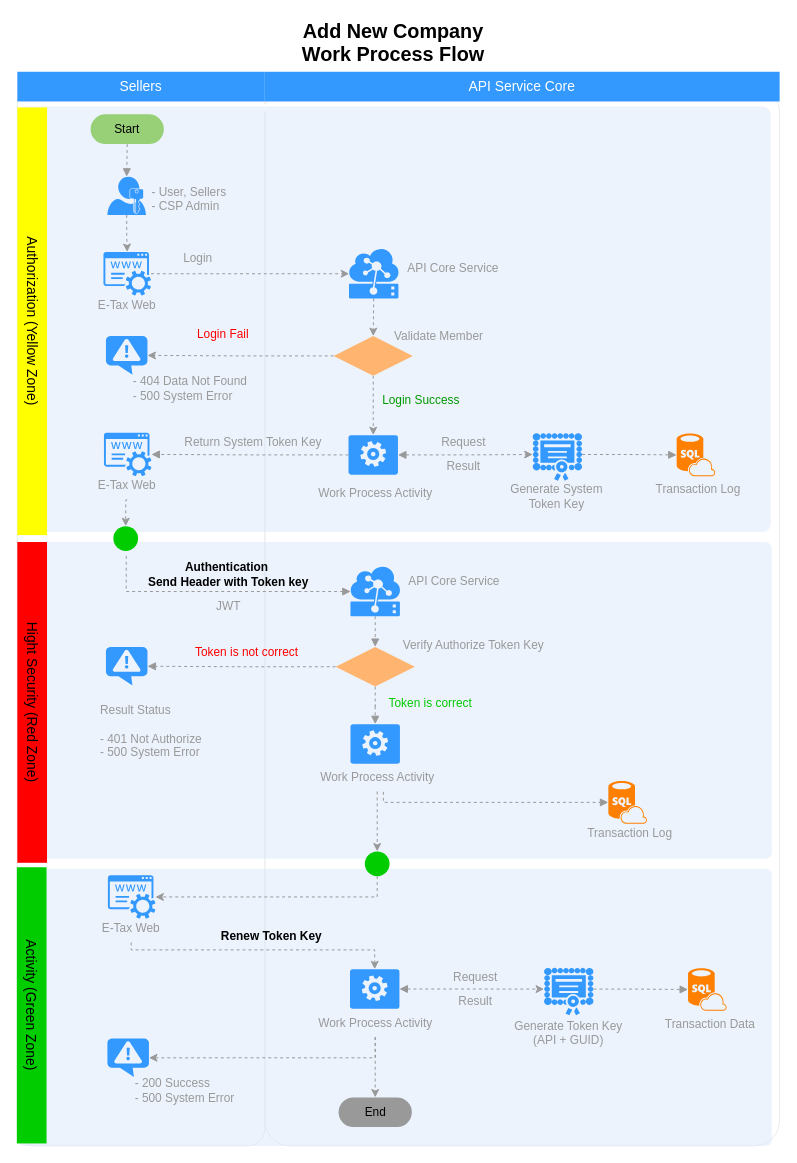
Earlier version of the draw.io diagram Add New Company in the corporate.drawio (nirawat/eTax). Source tidied: cells renumbered, new cells numbered last; positions are measured from the earlier drawing's top-left corner, leaving out a move shared by most shapes. Both pictures are drawn from the tidied source at 99%, with x=0, y=0 at pixel (-182, 17).
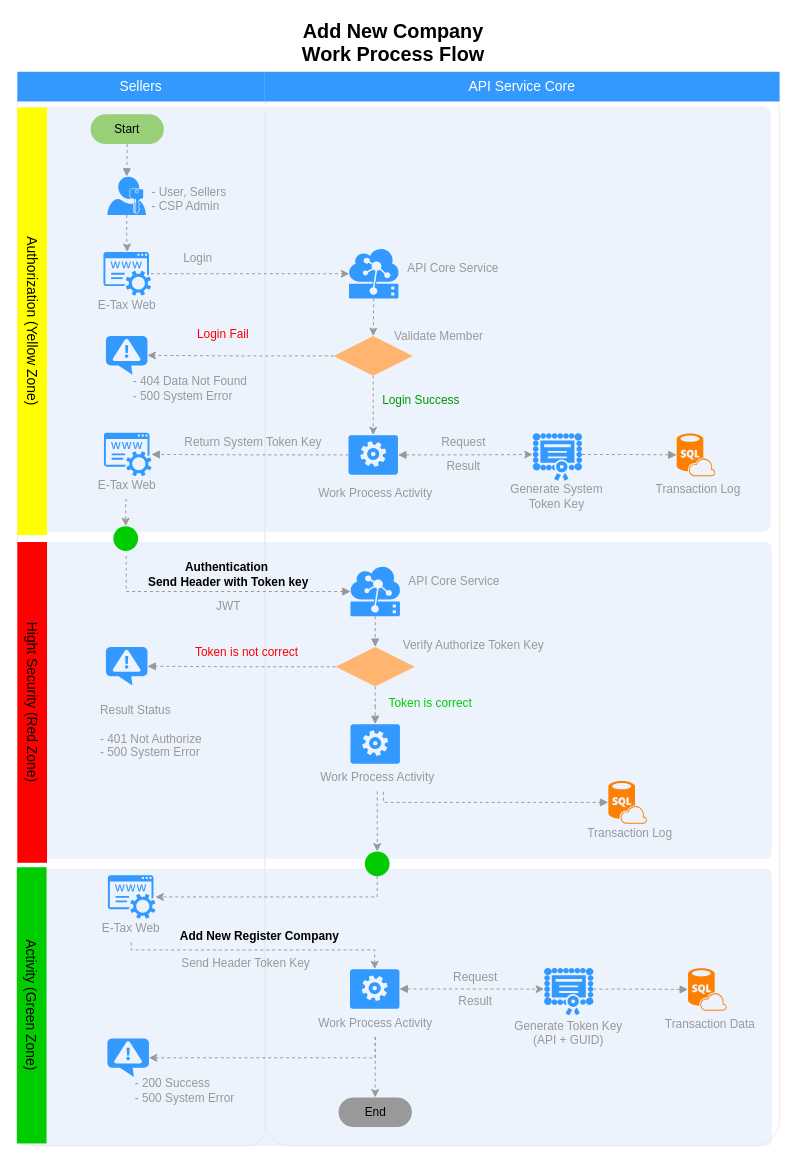
After the change.

What changed in the source:
```diff
@@
-    <mxCell id="83" value="Renew Token Key&lt;br&gt;" style="text;html=1;strokeColor=none;fillColor=none;align=center;verticalAlign=middle;whiteSpace=wrap;rounded=0;fontSize=12;fontColor=#000000;fontStyle=1;" parent="1" vertex="1">
-      <mxGeometry x="373.5" y="919.5" width="168" height="16" as="geometry" />
+    <mxCell id="83" value="Add New Register Company&lt;br&gt;" style="text;html=1;strokeColor=none;fillColor=none;align=center;verticalAlign=middle;whiteSpace=wrap;rounded=0;fontSize=12;fontColor=#000000;fontStyle=1;" parent="1" vertex="1">
+      <mxGeometry x="362" y="919.5" width="168" height="16" as="geometry" />
     </mxCell>
@@
+    <mxCell id="105" value="Send Header Token Key" style="text;html=1;strokeColor=none;fillColor=none;align=center;verticalAlign=middle;whiteSpace=wrap;rounded=0;fontSize=12;fontColor=#999999;" parent="1" vertex="1">
+      <mxGeometry x="337" y="941.5" width="190" height="29" as="geometry" />
+    </mxCell>
```
